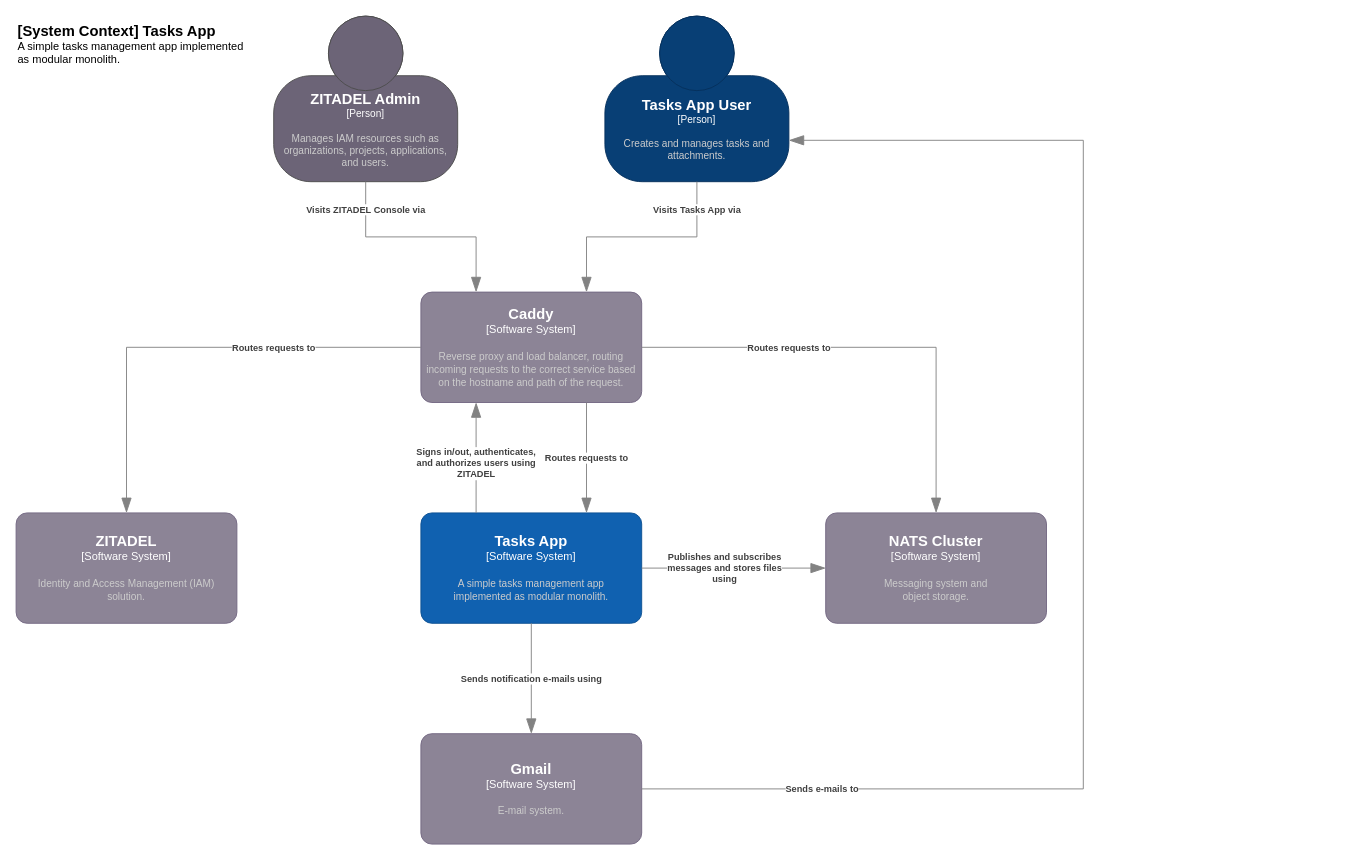
Before: page "System Context" (1 of 3) of doc/c4_diagrams.drawio in heikkilamarko/tasks-app, a draw.io diagram. Source tidied: cells renumbered, new cells numbered last; positions are measured from the earlier drawing's top-left corner, leaving out a move shared by most shapes. Both pictures are drawn from the tidied source at 92%, with x=0, y=0 at pixel (16, 16).
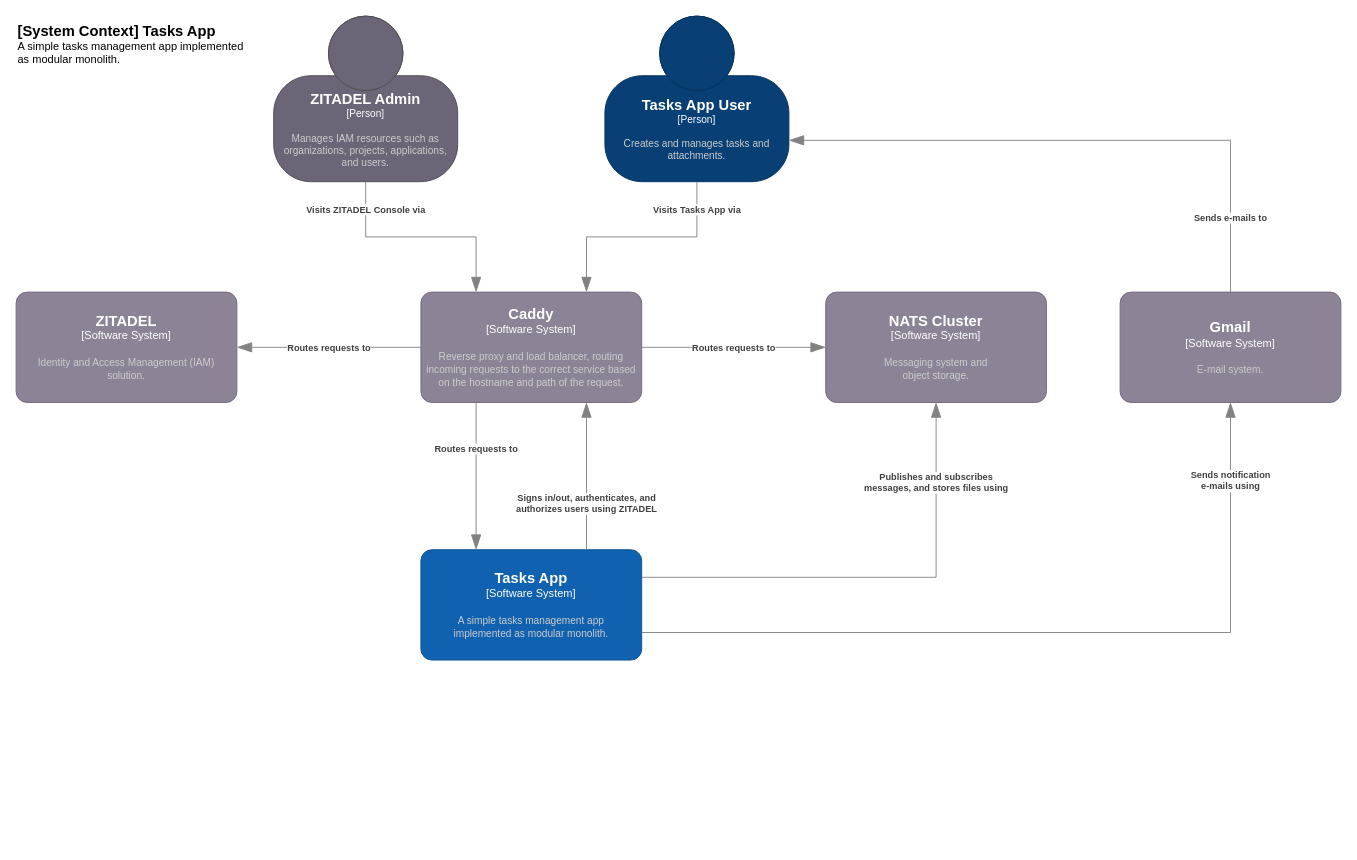
After the change.

The change refers to these unchanged cells:
```xml
<object id="2" label="&lt;font style=&quot;font-size: 16px&quot;&gt;&lt;b&gt;%c4Name%&lt;/b&gt;&lt;/font&gt;&lt;div&gt;[%c4Type%]&lt;/div&gt;&lt;br&gt;&lt;div&gt;&lt;font style=&quot;font-size: 11px&quot;&gt;&lt;font color=&quot;#cccccc&quot;&gt;%c4Description%&lt;/font&gt;&lt;/div&gt;" c4Description="Creates and manages tasks and attachments." c4Name="Tasks App User" c4Type="Person" placeholders="1">
  <mxCell style="html=1;fontSize=11;dashed=0;whiteSpace=wrap;fillColor=#083F75;strokeColor=#06315C;fontColor=#ffffff;shape=mxgraph.c4.person2;align=center;points=[[0.5,0,0],[1,0.5,0],[1,0.75,0],[0.75,1,0],[0.5,1,0],[0.25,1,0],[0,0.75,0],[0,0.5,0]];" parent="1" vertex="1">
    <mxGeometry x="640" width="200" height="180" as="geometry" />
  </mxCell>
</object>
<object id="13" label="&lt;font style=&quot;font-size: 16px&quot;&gt;&lt;b&gt;%c4Name%&lt;/b&gt;&lt;/font&gt;&lt;div&gt;[%c4Type%]&lt;/div&gt;&lt;br&gt;&lt;div&gt;&lt;font style=&quot;font-size: 11px&quot;&gt;&lt;font color=&quot;#cccccc&quot;&gt;%c4Description%&lt;/font&gt;&lt;/div&gt;" c4Description="Reverse proxy and load balancer, routing incoming requests to the correct service based on the hostname and path of the request." c4Name="Caddy" c4Type="Software System" placeholders="1">
  <mxCell style="rounded=1;whiteSpace=wrap;html=1;labelBackgroundColor=none;fillColor=#8C8496;fontColor=#ffffff;align=center;arcSize=10;strokeColor=#736782;points=[[0.25,0,0],[0.5,0,0],[0.75,0,0],[1,0.25,0],[1,0.5,0],[1,0.75,0],[0.75,1,0],[0.5,1,0],[0.25,1,0],[0,0.75,0],[0,0.5,0],[0,0.25,0]];" parent="1" vertex="1">
    <mxGeometry x="440" y="300" width="240" height="120" as="geometry" />
  </mxCell>
</object>
```

The edit, as a diff of the source:
```diff
@@
     <object id="3" label="&lt;font style=&quot;font-size: 16px&quot;&gt;&lt;b&gt;%c4Name%&lt;/b&gt;&lt;/font&gt;&lt;div&gt;[%c4Type%]&lt;/div&gt;&lt;br&gt;&lt;div&gt;&lt;font style=&quot;font-size: 11px&quot;&gt;&lt;font color=&quot;#cccccc&quot;&gt;%c4Description%&lt;/font&gt;&lt;/div&gt;" c4Description="A simple tasks management app&#10;implemented as modular monolith." c4Name="Tasks App" c4Type="Software System" placeholders="1">
       <mxCell style="rounded=1;whiteSpace=wrap;html=1;labelBackgroundColor=none;fillColor=#1061B0;fontColor=#ffffff;align=center;arcSize=10;strokeColor=#0D5091;points=[[0.25,0,0],[0.5,0,0],[0.75,0,0],[1,0.25,0],[1,0.5,0],[1,0.75,0],[0.75,1,0],[0.5,1,0],[0.25,1,0],[0,0.75,0],[0,0.5,0],[0,0.25,0]];" parent="1" vertex="1">
-        <mxGeometry x="440" y="540" width="240" height="120" as="geometry" />
+        <mxGeometry x="440" y="580" width="240" height="120" as="geometry" />
       </mxCell>
     </object>
     <object id="4" label="&lt;font style=&quot;font-size: 16px&quot;&gt;&lt;b&gt;%c4Name%&lt;/b&gt;&lt;/font&gt;&lt;div&gt;[%c4Type%]&lt;/div&gt;&lt;br&gt;&lt;div&gt;&lt;font style=&quot;font-size: 11px&quot;&gt;&lt;font color=&quot;#cccccc&quot;&gt;%c4Description%&lt;/font&gt;&lt;/div&gt;" c4Description="E-mail system." c4Name="Gmail" c4Type="Software System" placeholders="1">
       <mxCell style="rounded=1;whiteSpace=wrap;html=1;labelBackgroundColor=none;fillColor=#8C8496;fontColor=#ffffff;align=center;arcSize=10;strokeColor=#736782;points=[[0.25,0,0],[0.5,0,0],[0.75,0,0],[1,0.25,0],[1,0.5,0],[1,0.75,0],[0.75,1,0],[0.5,1,0],[0.25,1,0],[0,0.75,0],[0,0.5,0],[0,0.25,0]];" parent="1" vertex="1">
-        <mxGeometry x="440" y="780" width="240" height="120" as="geometry" />
+        <mxGeometry x="1200" y="300" width="240" height="120" as="geometry" />
       </mxCell>
     </object>
     <object id="5" label="&lt;font style=&quot;font-size: 16px&quot;&gt;&lt;b&gt;%c4Name%&lt;/b&gt;&lt;/font&gt;&lt;div&gt;[%c4Type%]&lt;/div&gt;&lt;br&gt;&lt;div&gt;&lt;font style=&quot;font-size: 11px&quot;&gt;&lt;font color=&quot;#cccccc&quot;&gt;%c4Description%&lt;/font&gt;&lt;/div&gt;" c4Description="Messaging system and&#10;object storage." c4Name="NATS Cluster" c4Type="Software System" placeholders="1">
       <mxCell style="rounded=1;whiteSpace=wrap;html=1;labelBackgroundColor=none;fillColor=#8C8496;fontColor=#ffffff;align=center;arcSize=10;strokeColor=#736782;points=[[0.25,0,0],[0.5,0,0],[0.75,0,0],[1,0.25,0],[1,0.5,0],[1,0.75,0],[0.75,1,0],[0.5,1,0],[0.25,1,0],[0,0.75,0],[0,0.5,0],[0,0.25,0]];" parent="1" vertex="1">
-        <mxGeometry x="880" y="540" width="240" height="120" as="geometry" />
+        <mxGeometry x="880" y="300" width="240" height="120" as="geometry" />
       </mxCell>
     </object>
     <object id="6" label="&lt;font style=&quot;font-size: 16px&quot;&gt;&lt;b&gt;%c4Name%&lt;/b&gt;&lt;/font&gt;&lt;div&gt;[%c4Type%]&lt;/div&gt;&lt;br&gt;&lt;div&gt;&lt;font style=&quot;font-size: 11px&quot;&gt;&lt;font color=&quot;#cccccc&quot;&gt;%c4Description%&lt;/font&gt;&lt;/div&gt;" c4Description="Identity and Access Management (IAM)&#10;solution." c4Name="ZITADEL" c4Type="Software System" placeholders="1">
       <mxCell style="rounded=1;whiteSpace=wrap;html=1;labelBackgroundColor=none;fillColor=#8C8496;fontColor=#ffffff;align=center;arcSize=10;strokeColor=#736782;points=[[0.25,0,0],[0.5,0,0],[0.75,0,0],[1,0.25,0],[1,0.5,0],[1,0.75,0],[0.75,1,0],[0.5,1,0],[0.25,1,0],[0,0.75,0],[0,0.5,0],[0,0.25,0]];" parent="1" vertex="1">
-        <mxGeometry y="540" width="240" height="120" as="geometry" />
+        <mxGeometry y="300" width="240" height="120" as="geometry" />
       </mxCell>
     </object>
@@
-    <object id="9" label="&lt;div style=&quot;text-align: left&quot;&gt;&lt;div style=&quot;text-align: center&quot;&gt;&lt;b&gt;%c4Description%&lt;/b&gt;&lt;/div&gt;" c4Description="Sends notification e-mails using" placeholders="1">
-      <mxCell style="endArrow=blockThin;html=1;fontSize=10;fontColor=#404040;strokeWidth=1;endFill=1;strokeColor=#828282;elbow=vertical;endSize=14;startSize=14;jumpStyle=arc;jumpSize=16;rounded=0;edgeStyle=orthogonalEdgeStyle;exitX=0.5;exitY=1;exitDx=0;exitDy=0;exitPerimeter=0;entryX=0.5;entryY=0;entryDx=0;entryDy=0;entryPerimeter=0;" parent="1" edge="1" source="3" target="4">
-        <mxGeometry relative="1" as="geometry" />
+    <object id="9" label="&lt;div style=&quot;text-align: left&quot;&gt;&lt;div style=&quot;text-align: center&quot;&gt;&lt;b&gt;%c4Description%&lt;/b&gt;&lt;/div&gt;" c4Description="Sends notification&#10;e-mails using" placeholders="1">
+      <mxCell style="endArrow=blockThin;html=1;fontSize=10;fontColor=#404040;strokeWidth=1;endFill=1;strokeColor=#828282;elbow=vertical;endSize=14;startSize=14;jumpStyle=arc;jumpSize=16;rounded=0;edgeStyle=orthogonalEdgeStyle;exitX=1;exitY=0.75;exitDx=0;exitDy=0;exitPerimeter=0;entryX=0.5;entryY=1;entryDx=0;entryDy=0;entryPerimeter=0;" parent="1" edge="1" source="3" target="4">
+        <mxGeometry x="0.81" relative="1" as="geometry" />
       </mxCell>
     </object>
-    <object id="10" label="&lt;div style=&quot;text-align: left&quot;&gt;&lt;div style=&quot;text-align: center&quot;&gt;&lt;b&gt;%c4Description%&lt;/b&gt;&lt;/div&gt;" c4Description="Publishes and subscribes&#10;messages and stores files&#10;using" placeholders="1">
-      <mxCell style="endArrow=blockThin;html=1;fontSize=10;fontColor=#404040;strokeWidth=1;endFill=1;strokeColor=#828282;elbow=vertical;endSize=14;startSize=14;jumpStyle=arc;jumpSize=16;rounded=0;edgeStyle=orthogonalEdgeStyle;entryX=0;entryY=0.5;entryDx=0;entryDy=0;entryPerimeter=0;exitX=1;exitY=0.5;exitDx=0;exitDy=0;exitPerimeter=0;" parent="1" edge="1" source="3" target="5">
-        <mxGeometry x="-0.1" relative="1" as="geometry" />
+    <object id="10" label="&lt;div style=&quot;text-align: left&quot;&gt;&lt;div style=&quot;text-align: center&quot;&gt;&lt;b&gt;%c4Description%&lt;/b&gt;&lt;/div&gt;" c4Description="Publishes and subscribes&#10;messages, and stores files using" placeholders="1">
+      <mxCell style="endArrow=blockThin;html=1;fontSize=10;fontColor=#404040;strokeWidth=1;endFill=1;strokeColor=#828282;elbow=vertical;endSize=14;startSize=14;jumpStyle=arc;jumpSize=16;rounded=0;edgeStyle=orthogonalEdgeStyle;entryX=0.5;entryY=1;entryDx=0;entryDy=0;entryPerimeter=0;exitX=1;exitY=0.25;exitDx=0;exitDy=0;exitPerimeter=0;" parent="1" edge="1" source="3" target="5">
+        <mxGeometry x="0.66" relative="1" as="geometry" />
       </mxCell>
     </object>
-    <object id="11" label="&lt;div style=&quot;text-align: left&quot;&gt;&lt;div style=&quot;text-align: center&quot;&gt;&lt;b&gt;%c4Description%&lt;/b&gt;&lt;/div&gt;" c4Description="Signs in/out, authenticates,&#10;and authorizes users using&#10;ZITADEL" placeholders="1">
-      <mxCell style="endArrow=blockThin;html=1;fontSize=10;fontColor=#404040;strokeWidth=1;endFill=1;strokeColor=#828282;elbow=vertical;endSize=14;startSize=14;jumpStyle=arc;jumpSize=16;rounded=0;edgeStyle=orthogonalEdgeStyle;entryX=0.25;entryY=1;entryDx=0;entryDy=0;entryPerimeter=0;exitX=0.25;exitY=0;exitDx=0;exitDy=0;exitPerimeter=0;" parent="1" edge="1" source="3" target="13">
-        <mxGeometry x="-0.1" relative="1" as="geometry" />
+    <object id="11" label="&lt;div style=&quot;text-align: left&quot;&gt;&lt;div style=&quot;text-align: center&quot;&gt;&lt;b&gt;%c4Description%&lt;/b&gt;&lt;/div&gt;" c4Description="Signs in/out, authenticates, and&#10;authorizes users using ZITADEL" placeholders="1">
+      <mxCell style="endArrow=blockThin;html=1;fontSize=10;fontColor=#404040;strokeWidth=1;endFill=1;strokeColor=#828282;elbow=vertical;endSize=14;startSize=14;jumpStyle=arc;jumpSize=16;rounded=0;edgeStyle=orthogonalEdgeStyle;entryX=0.75;entryY=1;entryDx=0;entryDy=0;entryPerimeter=0;exitX=0.75;exitY=0;exitDx=0;exitDy=0;exitPerimeter=0;" parent="1" edge="1" source="3" target="13">
+        <mxGeometry x="-0.38" relative="1" as="geometry" />
       </mxCell>
     </object>
     <object id="12" label="&lt;div style=&quot;text-align: left&quot;&gt;&lt;div style=&quot;text-align: center&quot;&gt;&lt;b&gt;%c4Description%&lt;/b&gt;&lt;/div&gt;" c4Description="Sends e-mails to" placeholders="1">
-      <mxCell style="endArrow=blockThin;html=1;fontSize=10;fontColor=#404040;strokeWidth=1;endFill=1;strokeColor=#828282;elbow=vertical;endSize=14;startSize=14;jumpStyle=arc;jumpSize=16;rounded=0;edgeStyle=orthogonalEdgeStyle;entryX=1;entryY=0.75;entryDx=0;entryDy=0;entryPerimeter=0;exitX=1;exitY=0.5;exitDx=0;exitDy=0;exitPerimeter=0;" parent="1" edge="1" source="4" target="2">
-        <mxGeometry x="-0.74" relative="1" as="geometry">
+      <mxCell style="endArrow=blockThin;html=1;fontSize=10;fontColor=#404040;strokeWidth=1;endFill=1;strokeColor=#828282;elbow=vertical;endSize=14;startSize=14;jumpStyle=arc;jumpSize=16;rounded=0;edgeStyle=orthogonalEdgeStyle;entryX=1;entryY=0.75;entryDx=0;entryDy=0;entryPerimeter=0;exitX=0.5;exitY=0;exitDx=0;exitDy=0;exitPerimeter=0;" parent="1" edge="1" source="4" target="2">
+        <mxGeometry x="-0.75" relative="1" as="geometry">
           <Array as="points">
-            <mxPoint x="1160" y="840" />
-            <mxPoint x="1160" y="135" />
+            <mxPoint x="1320" y="135" />
           </Array>
         </mxGeometry>
       </mxCell>
     </object>
@@
     <object id="14" label="&lt;div style=&quot;text-align: left&quot;&gt;&lt;div style=&quot;text-align: center&quot;&gt;&lt;b&gt;%c4Description%&lt;/b&gt;&lt;/div&gt;" c4Description="Routes requests to" placeholders="1">
-      <mxCell style="endArrow=blockThin;html=1;fontSize=10;fontColor=#404040;strokeWidth=1;endFill=1;strokeColor=#828282;elbow=vertical;endSize=14;startSize=14;jumpStyle=arc;jumpSize=16;rounded=0;edgeStyle=orthogonalEdgeStyle;exitX=0.75;exitY=1;exitDx=0;exitDy=0;exitPerimeter=0;entryX=0.75;entryY=0;entryDx=0;entryDy=0;entryPerimeter=0;" parent="1" edge="1" source="13" target="3">
-        <mxGeometry relative="1" as="geometry" />
+      <mxCell style="endArrow=blockThin;html=1;fontSize=10;fontColor=#404040;strokeWidth=1;endFill=1;strokeColor=#828282;elbow=vertical;endSize=14;startSize=14;jumpStyle=arc;jumpSize=16;rounded=0;edgeStyle=orthogonalEdgeStyle;exitX=0.25;exitY=1;exitDx=0;exitDy=0;exitPerimeter=0;entryX=0.25;entryY=0;entryDx=0;entryDy=0;entryPerimeter=0;" parent="1" edge="1" source="13" target="3">
+        <mxGeometry x="-0.38" relative="1" as="geometry" />
       </mxCell>
     </object>
     <object id="15" label="&lt;div style=&quot;text-align: left&quot;&gt;&lt;div style=&quot;text-align: center&quot;&gt;&lt;b&gt;%c4Description%&lt;/b&gt;&lt;/div&gt;" c4Description="Routes requests to" placeholders="1">
-      <mxCell style="endArrow=blockThin;html=1;fontSize=10;fontColor=#404040;strokeWidth=1;endFill=1;strokeColor=#828282;elbow=vertical;endSize=14;startSize=14;jumpStyle=arc;jumpSize=16;rounded=0;edgeStyle=orthogonalEdgeStyle;exitX=0;exitY=0.5;exitDx=0;exitDy=0;exitPerimeter=0;entryX=0.5;entryY=0;entryDx=0;entryDy=0;entryPerimeter=0;" parent="1" edge="1" source="13" target="6">
-        <mxGeometry x="-0.36" relative="1" as="geometry" />
+      <mxCell style="endArrow=blockThin;html=1;fontSize=10;fontColor=#404040;strokeWidth=1;endFill=1;strokeColor=#828282;elbow=vertical;endSize=14;startSize=14;jumpStyle=arc;jumpSize=16;rounded=0;edgeStyle=orthogonalEdgeStyle;exitX=0;exitY=0.5;exitDx=0;exitDy=0;exitPerimeter=0;entryX=1;entryY=0.5;entryDx=0;entryDy=0;entryPerimeter=0;" parent="1" edge="1" source="13" target="6">
+        <mxGeometry relative="1" as="geometry" />
       </mxCell>
     </object>
     <object id="16" label="&lt;div style=&quot;text-align: left&quot;&gt;&lt;div style=&quot;text-align: center&quot;&gt;&lt;b&gt;%c4Description%&lt;/b&gt;&lt;/div&gt;" c4Description="Routes requests to" placeholders="1">
-      <mxCell style="endArrow=blockThin;html=1;fontSize=10;fontColor=#404040;strokeWidth=1;endFill=1;strokeColor=#828282;elbow=vertical;endSize=14;startSize=14;jumpStyle=arc;jumpSize=16;rounded=0;edgeStyle=orthogonalEdgeStyle;exitX=1;exitY=0.5;exitDx=0;exitDy=0;exitPerimeter=0;entryX=0.5;entryY=0;entryDx=0;entryDy=0;entryPerimeter=0;" parent="1" edge="1" source="13" target="5">
-        <mxGeometry x="-0.36" relative="1" as="geometry" />
+      <mxCell style="endArrow=blockThin;html=1;fontSize=10;fontColor=#404040;strokeWidth=1;endFill=1;strokeColor=#828282;elbow=vertical;endSize=14;startSize=14;jumpStyle=arc;jumpSize=16;rounded=0;edgeStyle=orthogonalEdgeStyle;exitX=1;exitY=0.5;exitDx=0;exitDy=0;exitPerimeter=0;entryX=0;entryY=0.5;entryDx=0;entryDy=0;entryPerimeter=0;" parent="1" edge="1" source="13" target="5">
+        <mxGeometry relative="1" as="geometry">
+          <Array as="points">
+            <mxPoint x="870" y="360" />
+            <mxPoint x="870" y="360" />
+          </Array>
+        </mxGeometry>
       </mxCell>
     </object>
```
